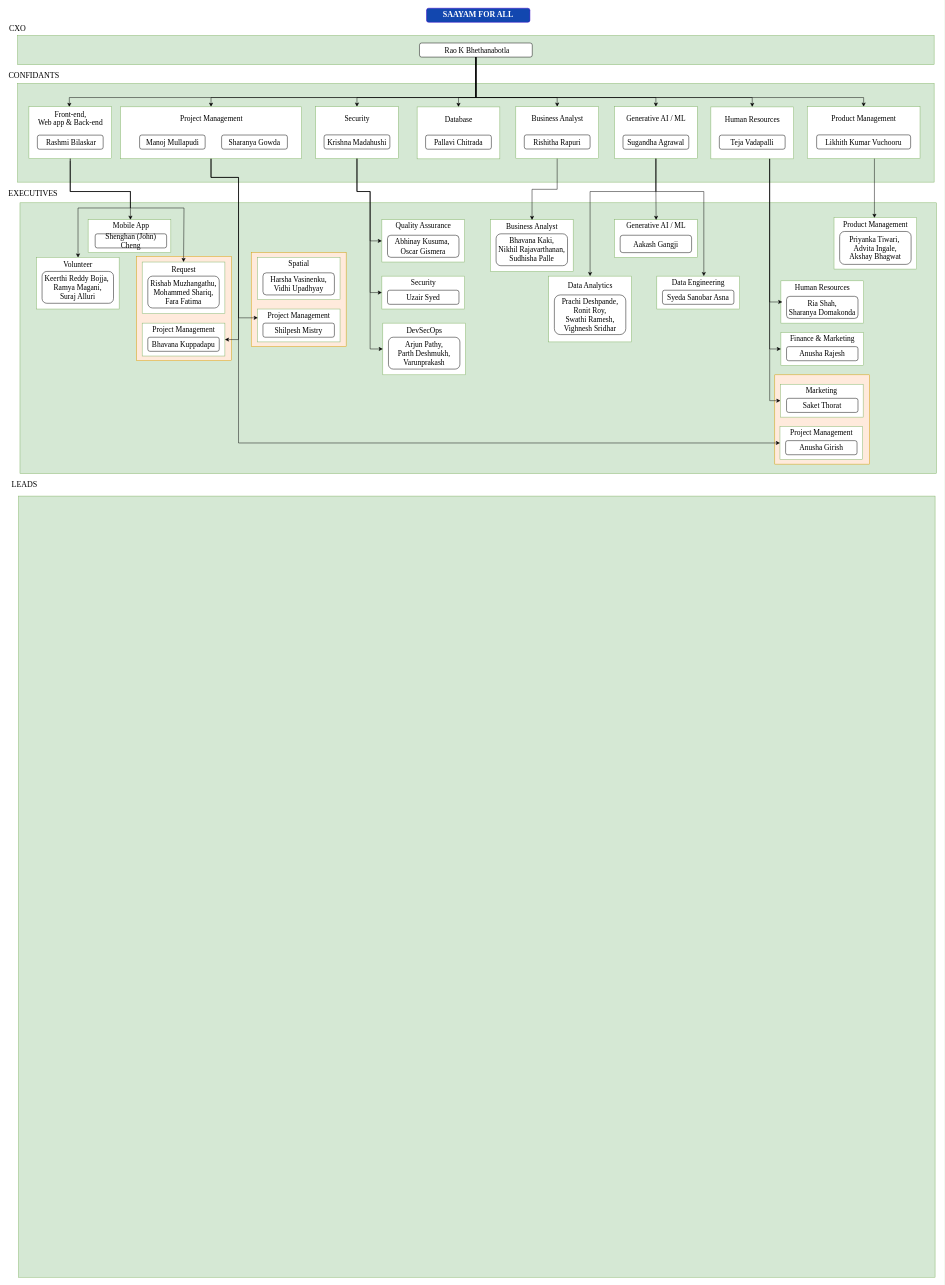
Above: saayam_organizationchart.drawio in PallaviChitrada10/PallaviChitrada10 (draw.io), before the change. Source tidied: cells renumbered, new cells numbered last; positions are measured from the earlier drawing's top-left corner, leaving out a move shared by most shapes. Both pictures are drawn from the tidied source at 47%, with x=0, y=0 at pixel (8, 8).
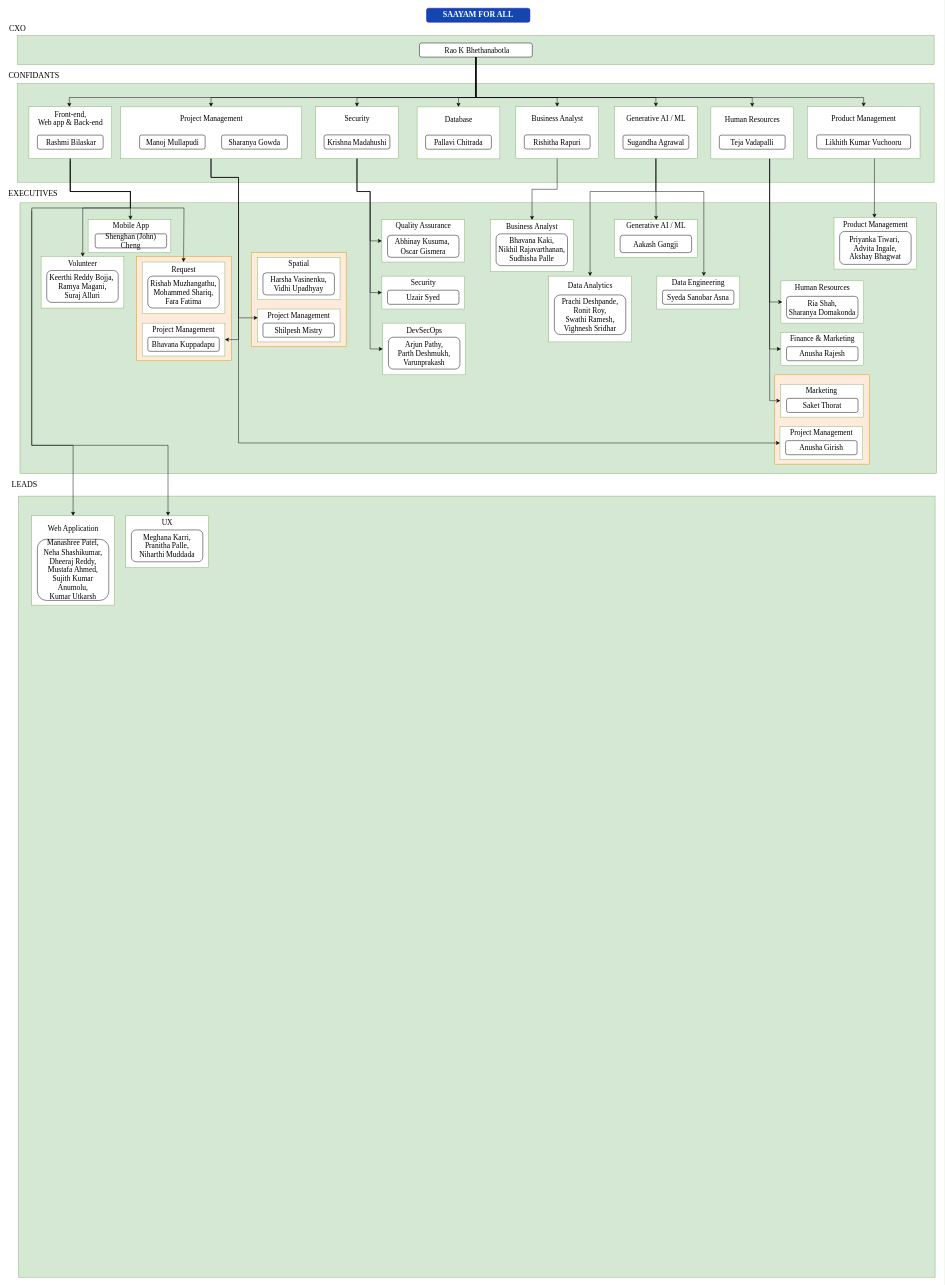
The same diagram, later.

The change refers to these unchanged cells:
```xml
<mxCell id="19" style="rounded=0;whiteSpace=wrap;html=1;strokeColor=#82b366;fillColor=light-dark(#ffffff, #1f2f1e);fontFamily=Garamond;" parent="18" vertex="1">
  <mxGeometry width="176" height="110.5" as="geometry" />
</mxCell>
```

What changed in the source:
```diff
@@
     <mxCell id="4" style="rounded=0;whiteSpace=wrap;html=1;strokeColor=#82b366;fillColor=#d5e8d4;fontFamily=Garamond;" parent="1" vertex="1">
-      <mxGeometry x="20" y="160" width="1950" height="210" as="geometry" />
+      <mxGeometry x="20" y="160.2" width="1950" height="210" as="geometry" />
     </mxCell>
@@
-    <mxCell id="67" style="group;" parent="1" vertex="1">
-      <mxGeometry x="60" y="530" width="176" height="110" as="geometry" />
-    </mxCell>
-    <mxCell id="68" style="rounded=0;whiteSpace=wrap;html=1;strokeColor=#82b366;fillColor=light-dark(#ffffff, #1f2f1e);fontFamily=Garamond;" parent="67" vertex="1">
-      <mxGeometry width="176" height="110" as="geometry" />
-    </mxCell>
-    <mxCell id="69" value="&lt;font face=&quot;Garamond&quot;&gt;&lt;span style=&quot;font-size: 16px;&quot;&gt;Volunteer&lt;/span&gt;&lt;/font&gt;" style="text;html=1;whiteSpace=wrap;strokeColor=none;fillColor=none;align=center;verticalAlign=middle;rounded=0;" parent="67" vertex="1">
-      <mxGeometry x="1" y="0.5" width="175" height="29.9" as="geometry" />
-    </mxCell>
-    <mxCell id="70" style="edgeStyle=orthogonalEdgeStyle;rounded=0;orthogonalLoop=1;jettySize=auto;html=1;exitX=0.5;exitY=1;exitDx=0;exitDy=0;" parent="67" edge="1" source="69" target="69">
-      <mxGeometry relative="1" as="geometry" />
-    </mxCell>
-    <mxCell id="71" value="&lt;span style=&quot;font-size: 16px;&quot;&gt;Keerthi Reddy Bojja,&amp;nbsp;&lt;/span&gt;&lt;div&gt;&lt;span style=&quot;font-size: 16px;&quot;&gt;Ramya Magani,&lt;/span&gt;&lt;/div&gt;&lt;div&gt;&lt;span style=&quot;font-size: 16px;&quot;&gt;Suraj Alluri&lt;/span&gt;&lt;/div&gt;" style="rounded=1;whiteSpace=wrap;html=1;fontFamily=Garamond;align=center;" parent="67" vertex="1">
-      <mxGeometry x="12" y="30" width="152" height="67.8" as="geometry" />
-    </mxCell>
@@
     <mxCell id="130" style="group;" parent="1" vertex="1">
-      <mxGeometry x="173" y="450" width="176" height="90" as="geometry" />
+      <mxGeometry x="173" y="450" width="176" height="190" as="geometry" />
     </mxCell>
@@
+    <mxCell id="67" style="group;" parent="130" vertex="1">
+      <mxGeometry x="-103" y="78" width="176" height="110" as="geometry" />
+    </mxCell>
+    <mxCell id="68" style="rounded=0;whiteSpace=wrap;html=1;strokeColor=#82b366;fillColor=light-dark(#ffffff, #1f2f1e);fontFamily=Garamond;" parent="67" vertex="1">
+      <mxGeometry width="176" height="110" as="geometry" />
+    </mxCell>
+    <mxCell id="69" value="&lt;font face=&quot;Garamond&quot;&gt;&lt;span style=&quot;font-size: 16px;&quot;&gt;Volunteer&lt;/span&gt;&lt;/font&gt;" style="text;html=1;whiteSpace=wrap;strokeColor=none;fillColor=none;align=center;verticalAlign=middle;rounded=0;" parent="67" vertex="1">
+      <mxGeometry x="1" y="0.5" width="175" height="29.9" as="geometry" />
+    </mxCell>
+    <mxCell id="70" style="edgeStyle=orthogonalEdgeStyle;rounded=0;orthogonalLoop=1;jettySize=auto;html=1;exitX=0.5;exitY=1;exitDx=0;exitDy=0;" parent="67" edge="1" source="69" target="69">
+      <mxGeometry relative="1" as="geometry" />
+    </mxCell>
+    <mxCell id="71" value="&lt;span style=&quot;font-size: 16px;&quot;&gt;Keerthi Reddy Bojja,&amp;nbsp;&lt;/span&gt;&lt;div&gt;&lt;span style=&quot;font-size: 16px;&quot;&gt;Ramya Magani,&lt;/span&gt;&lt;/div&gt;&lt;div&gt;&lt;span style=&quot;font-size: 16px;&quot;&gt;Suraj Alluri&lt;/span&gt;&lt;/div&gt;" style="rounded=1;whiteSpace=wrap;html=1;fontFamily=Garamond;align=center;" parent="67" vertex="1">
+      <mxGeometry x="12" y="30" width="152" height="67.8" as="geometry" />
+    </mxCell>
@@
     <mxCell id="155" style="edgeStyle=orthogonalEdgeStyle;rounded=0;jettySize=auto;html=1;exitX=0.5;exitY=1;exitDx=0;exitDy=0;entryX=0.5;entryY=0;entryDx=0;entryDy=0;" parent="1" edge="1" source="19" target="69">
       <mxGeometry relative="1" as="geometry">
         <Array as="points">
           <mxPoint x="132" y="390" />
           <mxPoint x="260" y="390" />
           <mxPoint x="260" y="425" />
-          <mxPoint x="148" y="425" />
+          <mxPoint x="159" y="425" />
         </Array>
       </mxGeometry>
     </mxCell>
@@
+    <mxCell id="163" style="group;" parent="1" vertex="1">
+      <mxGeometry x="50" y="1080" width="176" height="190" as="geometry" />
+    </mxCell>
+    <mxCell id="164" style="rounded=0;whiteSpace=wrap;html=1;strokeColor=#82b366;fillColor=light-dark(#ffffff, #1f2f1e);fontFamily=Garamond;" parent="163" vertex="1">
+      <mxGeometry width="176" height="190" as="geometry" />
+    </mxCell>
+    <mxCell id="165" value="&lt;font face=&quot;Garamond&quot;&gt;&lt;span style=&quot;font-size: 16px;&quot;&gt;Web Application&lt;/span&gt;&lt;/font&gt;" style="text;html=1;whiteSpace=wrap;strokeColor=none;fillColor=none;align=center;verticalAlign=middle;rounded=0;" parent="163" vertex="1">
+      <mxGeometry x="1" y="0.9" width="175" height="51.6" as="geometry" />
+    </mxCell>
+    <mxCell id="166" style="edgeStyle=orthogonalEdgeStyle;rounded=0;orthogonalLoop=1;jettySize=auto;html=1;exitX=0.5;exitY=1;exitDx=0;exitDy=0;" parent="163" edge="1" source="165" target="165">
+      <mxGeometry relative="1" as="geometry" />
+    </mxCell>
+    <mxCell id="167" value="&lt;div&gt;&lt;span style=&quot;font-size: 16px;&quot;&gt;Manashree Patel,&lt;/span&gt;&lt;/div&gt;&lt;div&gt;&lt;span style=&quot;font-size: 16px;&quot;&gt;Neha Shashikumar,&lt;/span&gt;&lt;/div&gt;&lt;div&gt;&lt;span style=&quot;font-size: 16px;&quot;&gt;Dheeraj Reddy,&lt;/span&gt;&lt;/div&gt;&lt;div&gt;&lt;span style=&quot;font-size: 16px;&quot;&gt;Mustafa Ahmed,&lt;/span&gt;&lt;/div&gt;&lt;div&gt;&lt;span style=&quot;font-size: 16px;&quot;&gt;Sujith Kumar Anumolu,&lt;/span&gt;&lt;/div&gt;&lt;div&gt;&lt;span style=&quot;font-size: 16px;&quot;&gt;Kumar Utkarsh&lt;/span&gt;&lt;/div&gt;" style="rounded=1;whiteSpace=wrap;html=1;fontFamily=Garamond;align=center;" parent="163" vertex="1">
+      <mxGeometry x="12" y="50" width="152" height="130" as="geometry" />
+    </mxCell>
+    <mxCell id="168" style="edgeStyle=orthogonalEdgeStyle;rounded=0;jettySize=auto;html=1;entryX=0.5;entryY=0;entryDx=0;entryDy=0;" parent="1" edge="1" target="164">
+      <mxGeometry relative="1" as="geometry">
+        <mxPoint x="132" y="320" as="sourcePoint" />
+        <Array as="points">
+          <mxPoint x="132" y="390" />
+          <mxPoint x="260" y="390" />
+          <mxPoint x="260" y="425" />
+          <mxPoint x="50" y="425" />
+          <mxPoint x="50" y="930" />
+          <mxPoint x="138" y="930" />
+        </Array>
+      </mxGeometry>
+    </mxCell>
+    <mxCell id="169" style="group;" parent="1" vertex="1">
+      <mxGeometry x="250" y="1080" width="176" height="110" as="geometry" />
+    </mxCell>
+    <mxCell id="170" style="rounded=0;whiteSpace=wrap;html=1;strokeColor=#82b366;fillColor=light-dark(#ffffff, #1f2f1e);fontFamily=Garamond;" parent="169" vertex="1">
+      <mxGeometry width="176" height="110" as="geometry" />
+    </mxCell>
+    <mxCell id="171" value="&lt;font face=&quot;Garamond&quot;&gt;&lt;span style=&quot;font-size: 16px;&quot;&gt;UX&lt;/span&gt;&lt;/font&gt;" style="text;html=1;whiteSpace=wrap;strokeColor=none;fillColor=none;align=center;verticalAlign=middle;rounded=0;" parent="169" vertex="1">
+      <mxGeometry x="1" y="0.5" width="175" height="29.9" as="geometry" />
+    </mxCell>
+    <mxCell id="172" style="edgeStyle=orthogonalEdgeStyle;rounded=0;orthogonalLoop=1;jettySize=auto;html=1;exitX=0.5;exitY=1;exitDx=0;exitDy=0;" parent="169" edge="1" source="171" target="171">
+      <mxGeometry relative="1" as="geometry" />
+    </mxCell>
+    <mxCell id="173" value="&lt;div&gt;&lt;span style=&quot;font-size: 16px;&quot;&gt;Meghana Karri,&lt;/span&gt;&lt;/div&gt;&lt;div&gt;&lt;span style=&quot;font-size: 16px;&quot;&gt;Pranitha Palle,&lt;/span&gt;&lt;/div&gt;&lt;div&gt;&lt;span style=&quot;font-size: 16px;&quot;&gt;Niharthi Muddada&lt;/span&gt;&lt;/div&gt;" style="rounded=1;whiteSpace=wrap;html=1;fontFamily=Garamond;align=center;" parent="169" vertex="1">
+      <mxGeometry x="12" y="30" width="152" height="67.8" as="geometry" />
+    </mxCell>
+    <mxCell id="174" style="edgeStyle=orthogonalEdgeStyle;rounded=0;orthogonalLoop=1;jettySize=auto;html=1;" parent="1" edge="1">
+      <mxGeometry relative="1" as="geometry">
+        <mxPoint x="50" y="430" as="sourcePoint" />
+        <mxPoint x="340" y="1080" as="targetPoint" />
+        <Array as="points">
+          <mxPoint x="50" y="930" />
+          <mxPoint x="340" y="930" />
+          <mxPoint x="340" y="1080" />
+        </Array>
+      </mxGeometry>
+    </mxCell>
```
